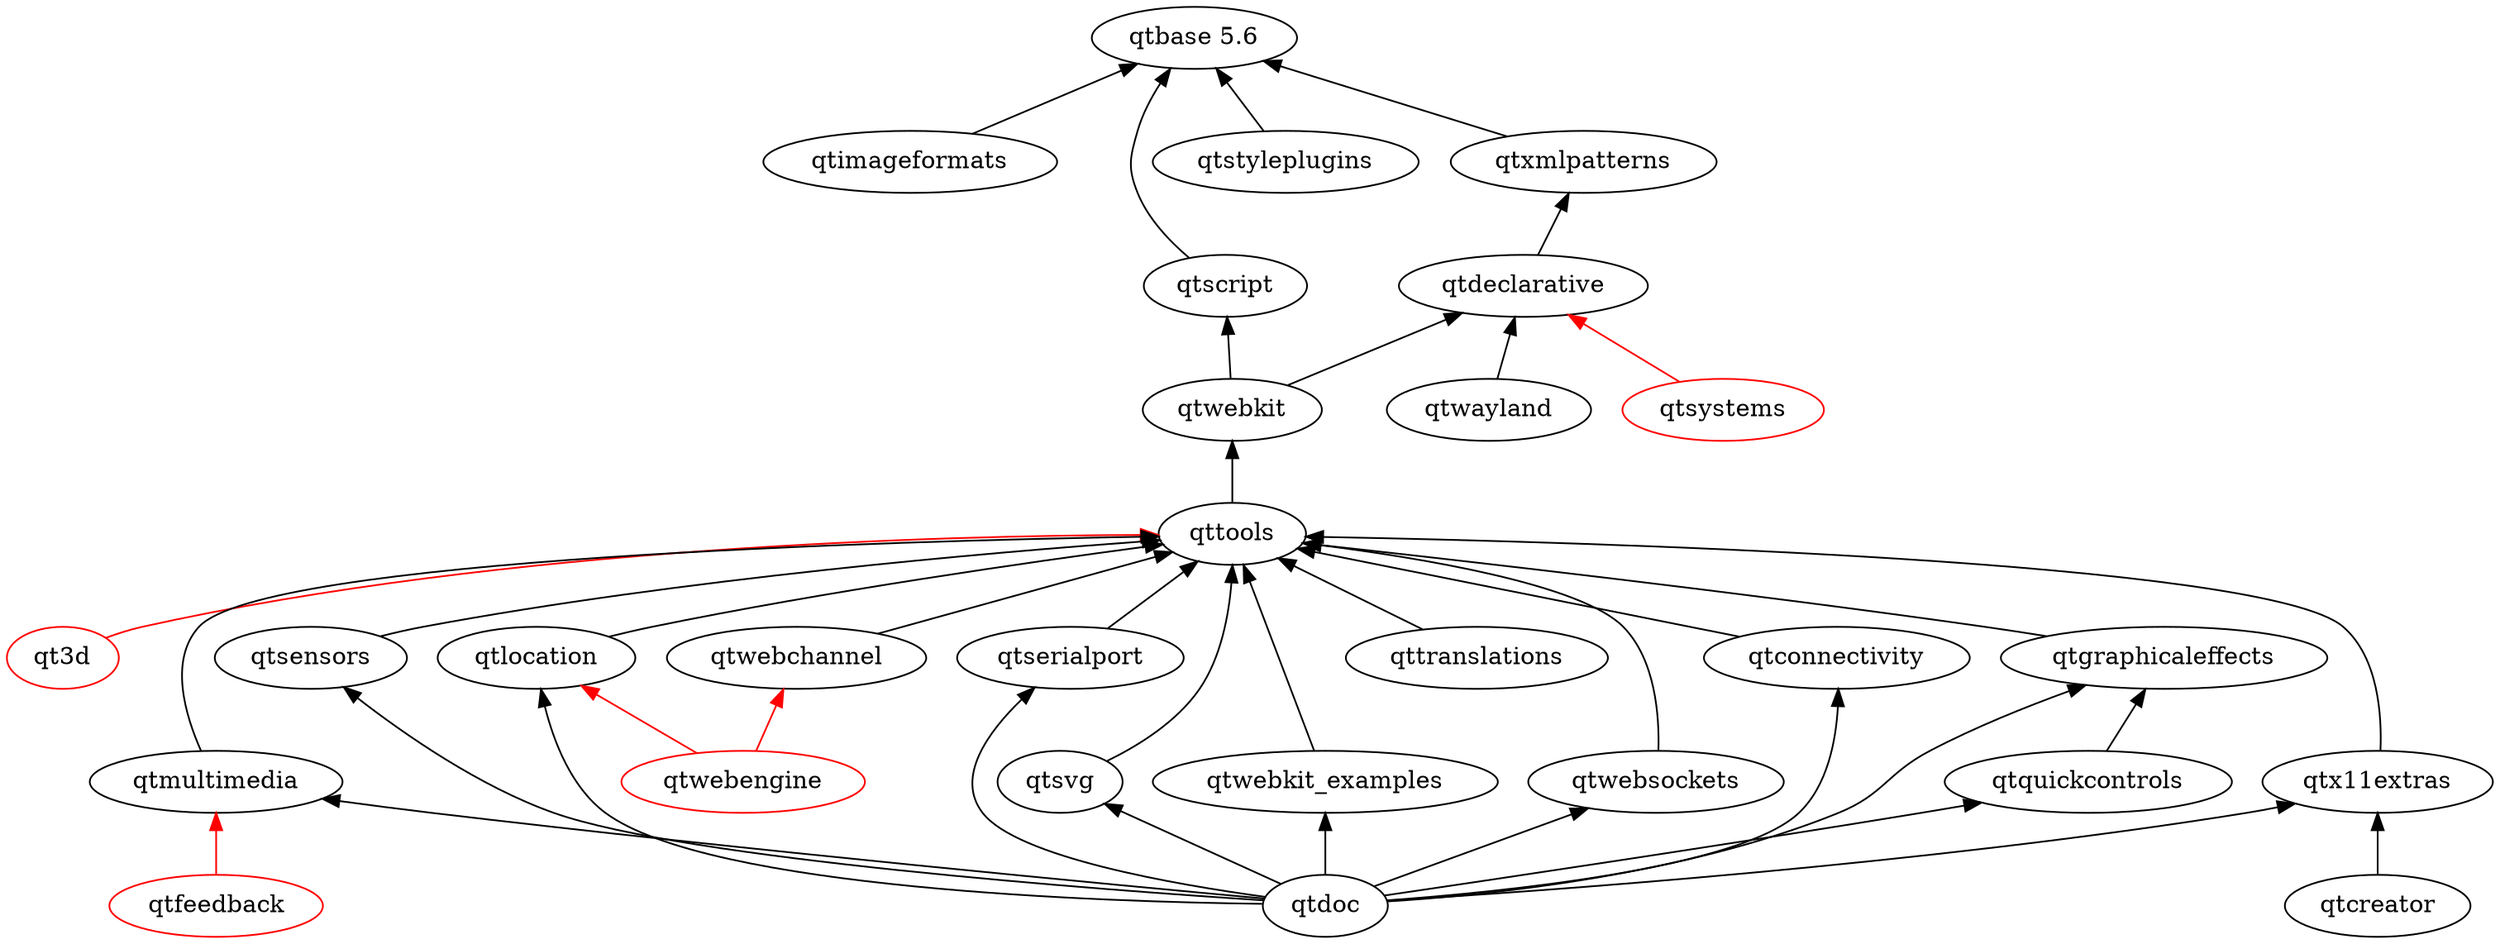
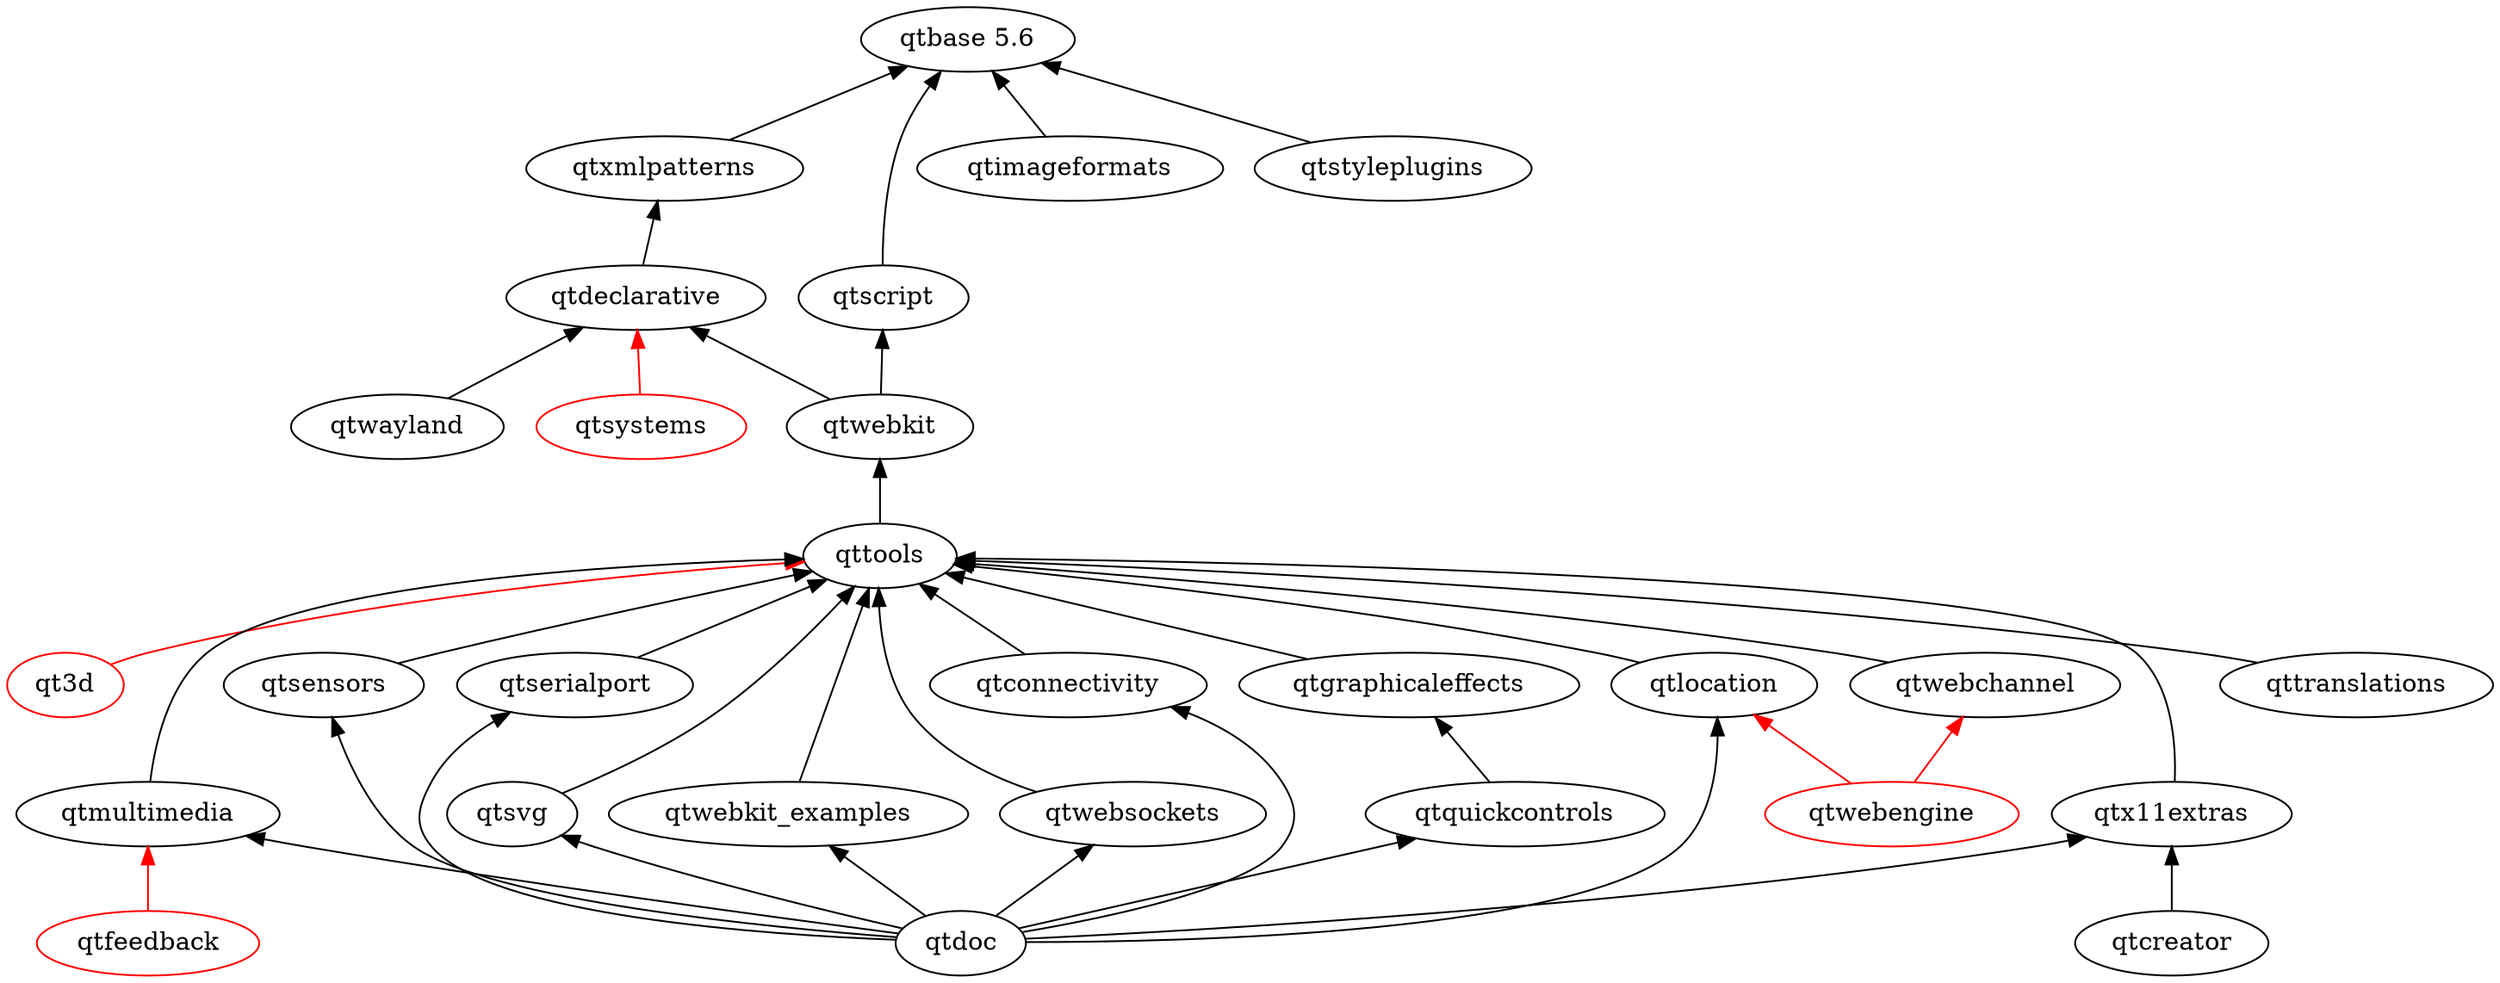
digraph qt5 {
  graph [
    rankdir = "BT"
  ]

  qt3d [ color = red ]
  "qtbase 5.6"
  qtconnectivity
  qtcreator
  qtdeclarative
  qtdoc
  qtfeedback [ color = red ]
  qtgraphicaleffects
  qtimageformats
  qtlocation
  qtmultimedia
  qtquickcontrols
  qtscript
  qtsensors
  qtserialport
  qtstyleplugins
  qtsvg
  qtsystems [ color = red ]
  qttools
  qttranslations
  qtwayland
  qtwebkit
  qtwebkit_examples
  qtwebsockets
  qtx11extras
  qtxmlpatterns
  qtwebchannel
  qtwebengine [ color = red ]

  qtconnectivity -> qttools
  qtcreator -> qtx11extras
  qtdeclarative -> qtxmlpatterns
-   qtdoc -> qtgraphicaleffects
  qtdoc -> qtmultimedia
  qtdoc -> qtlocation
  qtdoc -> qtquickcontrols
  qtdoc -> qtsensors
  qtdoc -> qtserialport
  qtdoc -> qtsvg
  qtdoc -> qtx11extras
  qtdoc -> qtwebkit_examples
  qtdoc -> qtwebsockets
  qtdoc -> qtconnectivity
  qtgraphicaleffects -> qttools
  qtimageformats -> "qtbase 5.6"
  qtmultimedia -> qttools
  qtquickcontrols -> qtgraphicaleffects
  qtsensors -> qttools
  qtserialport -> qttools
  qtscript -> "qtbase 5.6"
  qtstyleplugins -> "qtbase 5.6"
  qtsvg -> qttools
  qttools -> qtwebkit
  qttranslations -> qttools
  qtwayland -> qtdeclarative
  qtwebkit -> qtscript
  qtwebkit -> qtdeclarative
  qtwebkit_examples -> qttools
  qtwebsockets -> qttools
  qtx11extras -> qttools
  qtxmlpatterns -> "qtbase 5.6"
  qtlocation -> qttools
  qtwebchannel -> qttools

  // unsure/not-uploaded
  qt3d -> qttools [ color = red ]
  qtfeedback -> qtmultimedia [ color = red ]
  qtsystems -> qtdeclarative [ color = red ]
  qtwebengine -> qtwebchannel [ color = red ]
  qtwebengine -> qtlocation [color = red]
}
